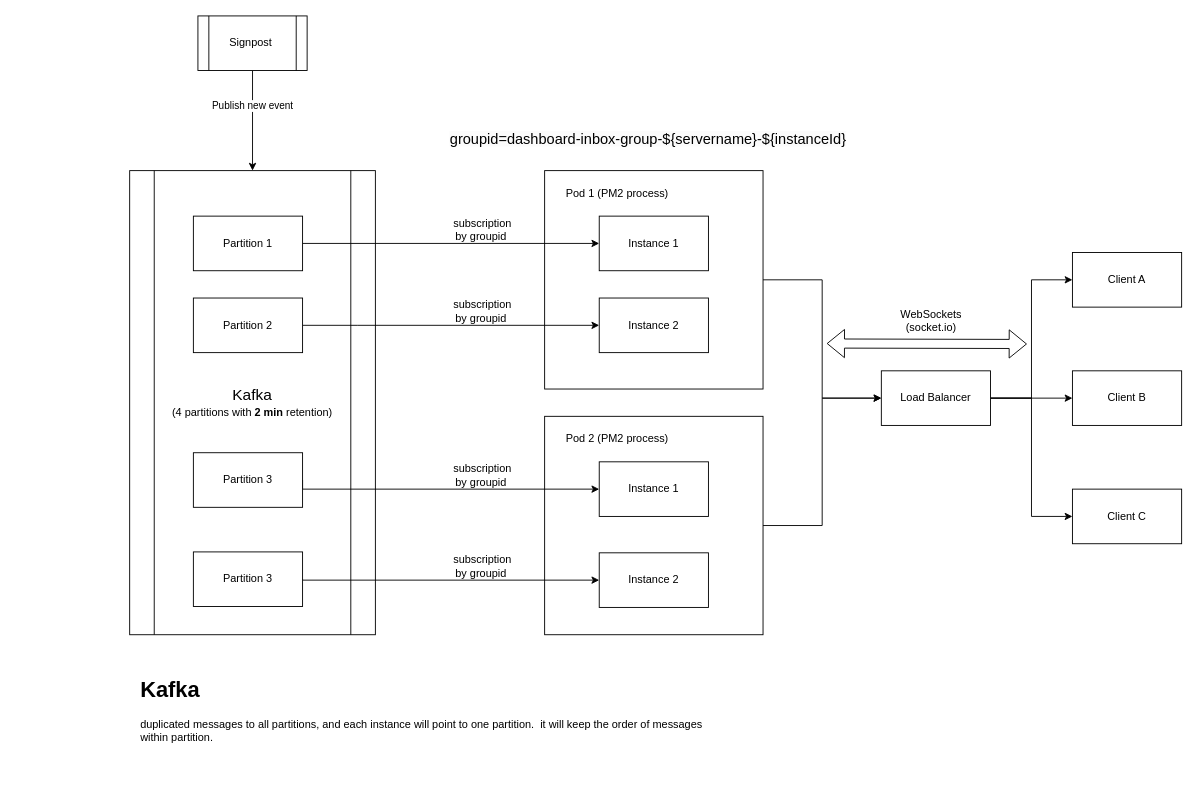
This is page "Kafka 1-1" (5 of 5) of hppd-Inbox.drawio from half-6/workflow, a draw.io file, before an edit. Source tidied: cells renumbered, new cells numbered last; positions are measured from the earlier drawing's top-left corner, leaving out a move shared by most shapes. Both pictures are drawn from the tidied source at 91%, with x=0, y=0 at pixel (129, 15).
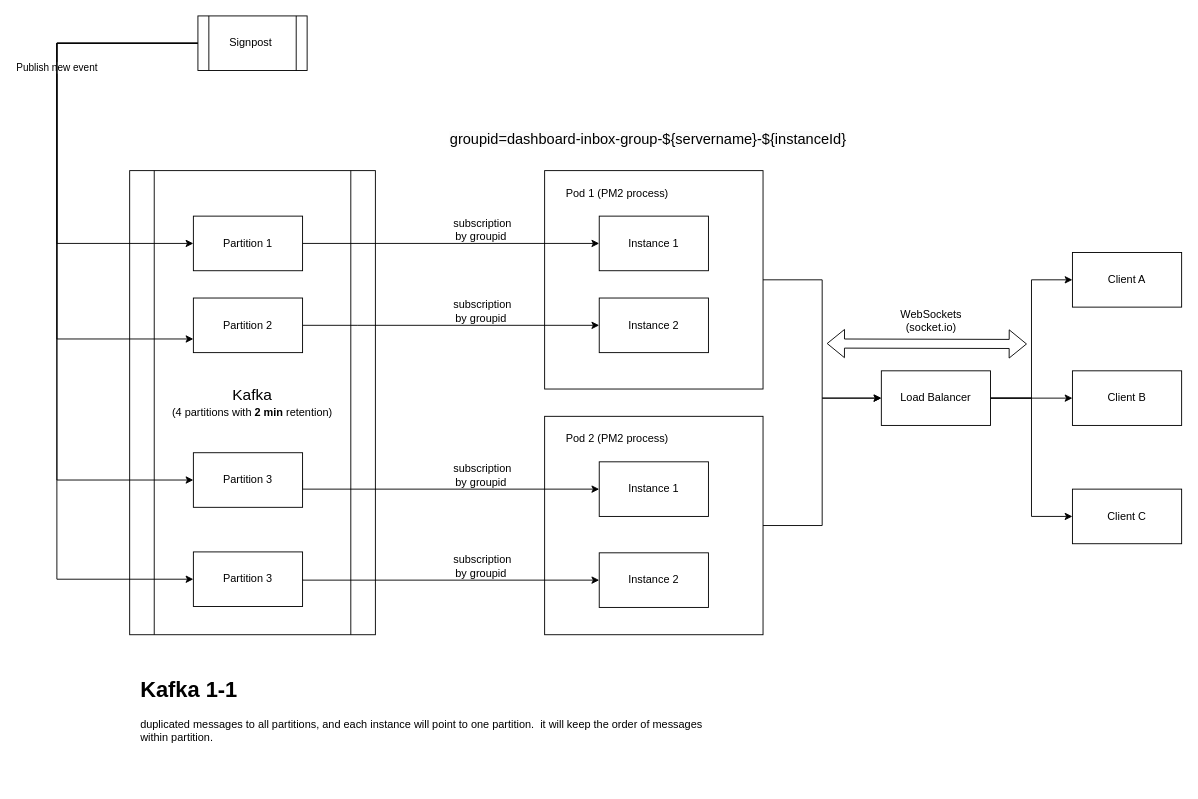
After the change.

The change refers to these unchanged cells:
```xml
<mxCell id="2" value="&lt;div&gt;&lt;span style=&quot;background-color: initial; font-size: 17px;&quot;&gt;Kafka&lt;/span&gt;&lt;br&gt;&lt;/div&gt;&lt;div&gt;(4 partitions with &lt;b&gt;2 min&lt;/b&gt; retention)&lt;/div&gt;" style="shape=process;whiteSpace=wrap;html=1;backgroundOutline=1;" parent="1" vertex="1">
  <mxGeometry y="170" width="270" height="510" as="geometry" />
</mxCell>
<mxCell id="28" value="Signpost&amp;nbsp;" style="shape=process;whiteSpace=wrap;html=1;backgroundOutline=1;" parent="1" vertex="1">
  <mxGeometry x="75" width="120" height="60" as="geometry" />
</mxCell>
<mxCell id="36" value="Partition 1" style="rounded=0;whiteSpace=wrap;html=1;" parent="1" vertex="1">
  <mxGeometry x="70" y="220" width="120" height="60" as="geometry" />
</mxCell>
<mxCell id="37" value="Partition 2" style="rounded=0;whiteSpace=wrap;html=1;" parent="1" vertex="1">
  <mxGeometry x="70" y="310" width="120" height="60" as="geometry" />
</mxCell>
<mxCell id="38" value="Partition 3" style="rounded=0;whiteSpace=wrap;html=1;" parent="1" vertex="1">
  <mxGeometry x="70" y="480" width="120" height="60" as="geometry" />
</mxCell>
<mxCell id="40" value="Partition 3" style="rounded=0;whiteSpace=wrap;html=1;" parent="1" vertex="1">
  <mxGeometry x="70" y="589" width="120" height="60" as="geometry" />
</mxCell>
```

What changed in the source:
```diff
@@
-    <mxCell id="26" style="edgeStyle=orthogonalEdgeStyle;rounded=0;jettySize=auto;html=1;entryX=0.5;entryY=0;entryDx=0;entryDy=0;" parent="1" edge="1" source="28" target="2">
-      <mxGeometry relative="1" as="geometry" />
+    <mxCell id="26" style="edgeStyle=orthogonalEdgeStyle;rounded=0;jettySize=auto;html=1;entryX=0;entryY=0.5;entryDx=0;entryDy=0;" parent="1" edge="1" source="28" target="36">
+      <mxGeometry relative="1" as="geometry">
+        <Array as="points">
+          <mxPoint x="-80" y="30" />
+          <mxPoint x="-80" y="250" />
+        </Array>
+      </mxGeometry>
     </mxCell>
@@
+    <mxCell id="41" style="edgeStyle=orthogonalEdgeStyle;rounded=0;jettySize=auto;html=1;entryX=0;entryY=0.75;entryDx=0;entryDy=0;" parent="1" edge="1" source="28" target="37">
+      <mxGeometry relative="1" as="geometry">
+        <Array as="points">
+          <mxPoint x="-80" y="30" />
+          <mxPoint x="-80" y="355" />
+        </Array>
+      </mxGeometry>
+    </mxCell>
+    <mxCell id="42" style="edgeStyle=orthogonalEdgeStyle;rounded=0;jettySize=auto;html=1;entryX=0;entryY=0.5;entryDx=0;entryDy=0;" parent="1" edge="1" source="28" target="38">
+      <mxGeometry relative="1" as="geometry">
+        <Array as="points">
+          <mxPoint x="-80" y="30" />
+          <mxPoint x="-80" y="510" />
+        </Array>
+      </mxGeometry>
+    </mxCell>
+    <mxCell id="43" style="edgeStyle=orthogonalEdgeStyle;rounded=0;jettySize=auto;html=1;entryX=0;entryY=0.5;entryDx=0;entryDy=0;" parent="1" edge="1" source="28" target="40">
+      <mxGeometry relative="1" as="geometry">
+        <Array as="points">
+          <mxPoint x="-80" y="30" />
+          <mxPoint x="-80" y="619" />
+        </Array>
+      </mxGeometry>
+    </mxCell>
@@
-    <mxCell id="39" value="&lt;h1 style=&quot;margin-top: 0px;&quot;&gt;Kafka&lt;/h1&gt;&lt;p&gt;duplicated messages to all partitions, and each instance will point to one partition.&amp;nbsp; it will keep the order of messages within partition.&amp;nbsp;&amp;nbsp;&lt;/p&gt;" style="text;html=1;whiteSpace=wrap;overflow=hidden;rounded=0;" parent="1" vertex="1">
+    <mxCell id="39" value="&lt;h1 style=&quot;margin-top: 0px;&quot;&gt;Kafka 1-1&lt;/h1&gt;&lt;p&gt;duplicated messages to all partitions, and each instance will point to one partition.&amp;nbsp; it will keep the order of messages within partition.&amp;nbsp;&amp;nbsp;&lt;/p&gt;" style="text;html=1;whiteSpace=wrap;overflow=hidden;rounded=0;" parent="1" vertex="1">
       <mxGeometry x="10" y="720" width="650" height="120" as="geometry" />
     </mxCell>
```
